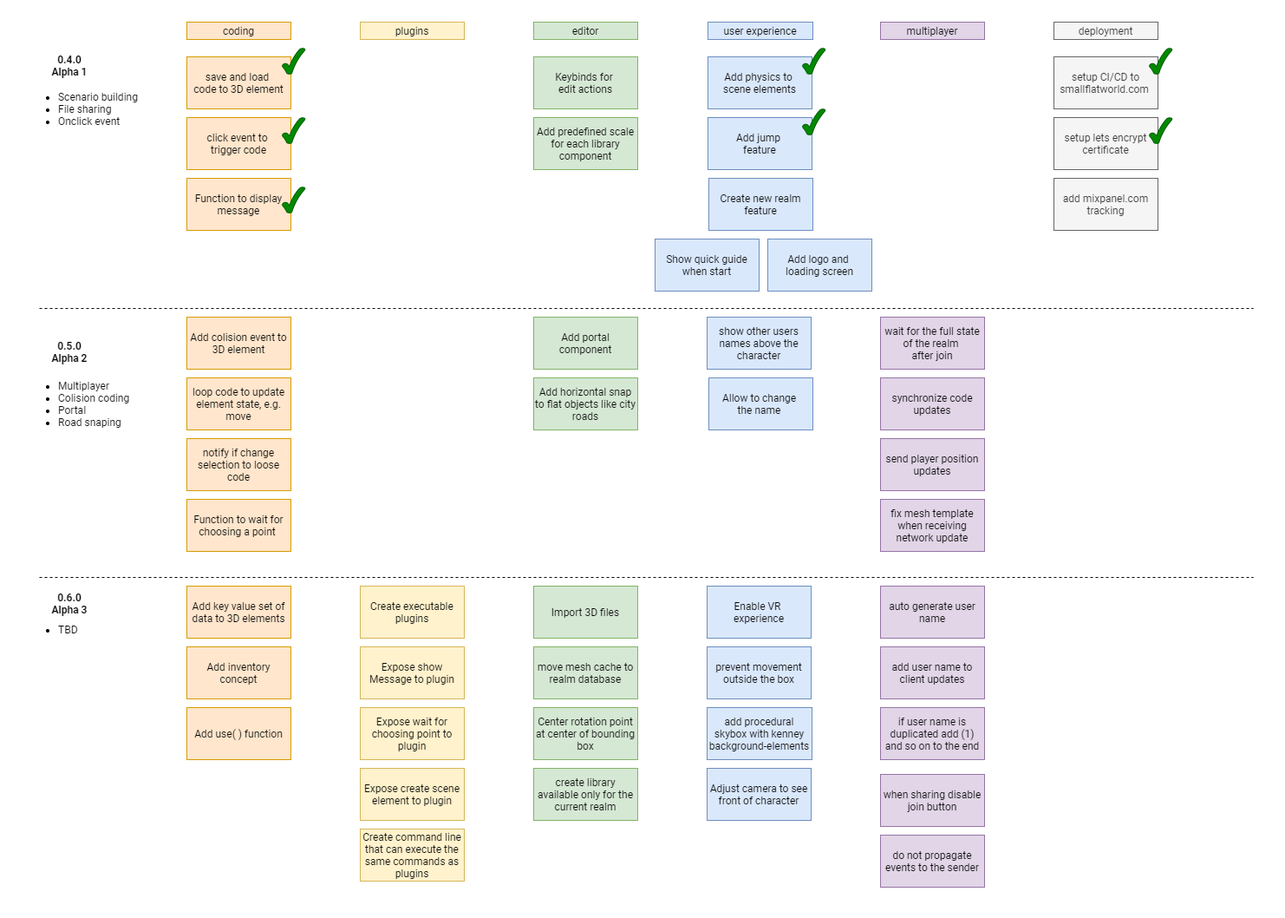
Earlier version of the draw.io export small-flat-world-roadmap.png (hamilton-lima/smallflatworld). Source tidied: cells renumbered, new cells last; positions are measured from the earlier drawing's top-left corner, leaving out a move shared by most shapes.
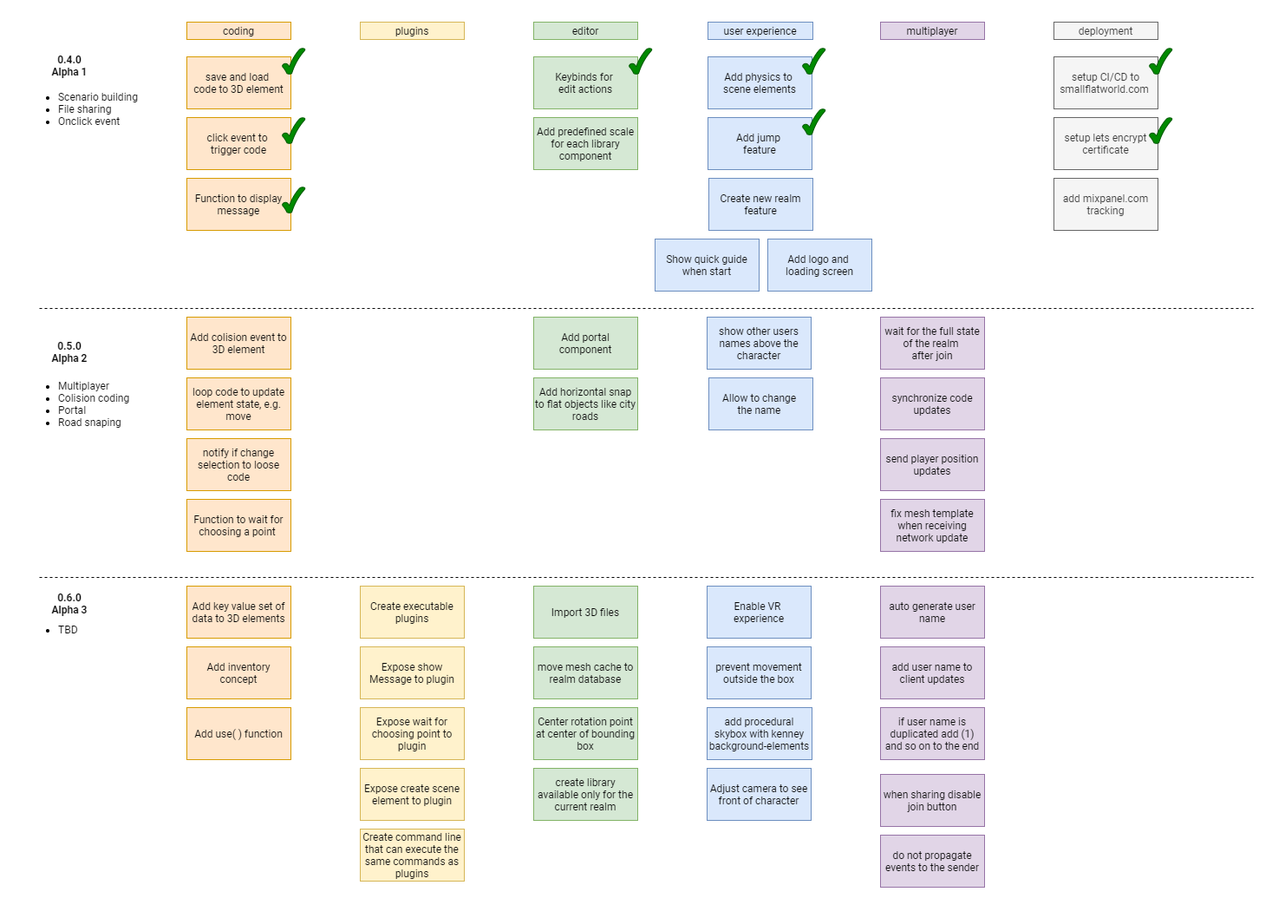
After the change.

The edit, as a diff of the source:
```diff
@@ -209,5 +209,8 @@
     <mxCell id="68" style="verticalLabelPosition=bottom;verticalAlign=top;html=1;shape=mxgraph.basic.tick;fontFamily=Roboto;fillColor=#008a00;strokeColor=#005700;fontColor=#ffffff;" parent="1" vertex="1">
       <mxGeometry x="1300" y="110" width="26.2" height="30" as="geometry" />
     </mxCell>
+    <mxCell id="69" style="verticalLabelPosition=bottom;verticalAlign=top;html=1;shape=mxgraph.basic.tick;fontFamily=Roboto;fillColor=#008a00;strokeColor=#005700;fontColor=#ffffff;" parent="1" vertex="1">
+      <mxGeometry x="700" y="30" width="26.2" height="30" as="geometry" />
+    </mxCell>
   </root>
 </mxGraphModel>
```
